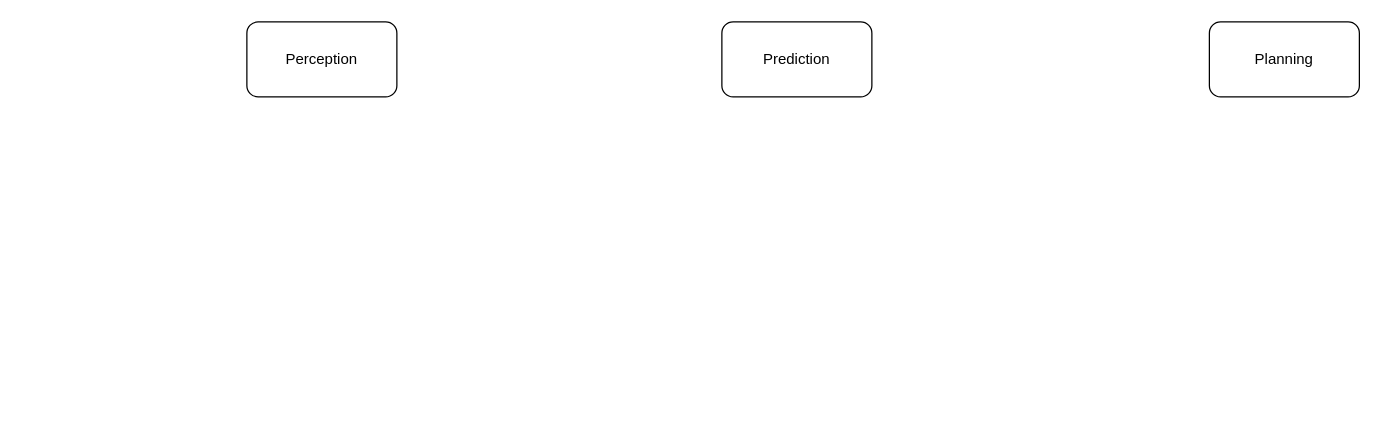
Above: uniAD.drawio in wxxsusie/files (draw.io), before the change. Source tidied: cells renumbered, new cells numbered last; positions are measured from the earlier drawing's top-left corner, leaving out a move shared by most shapes. Both pictures are drawn from the tidied source at 125%, with x=0, y=0 at pixel (246, 21).
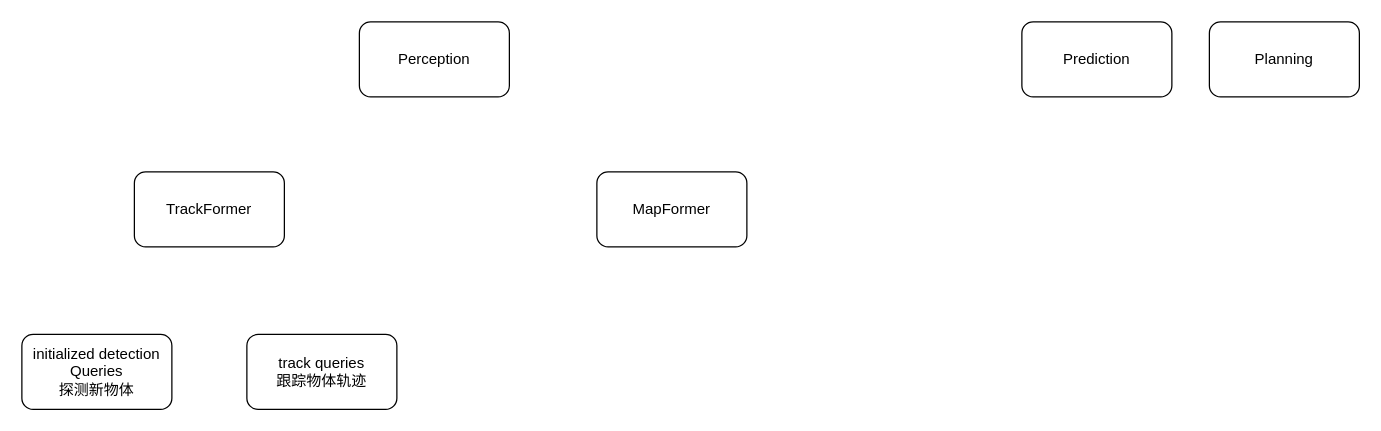
The same page after the edit.

Diff of the diagram source:
```diff
@@
 <mxGraphModel>
   <root>
     <mxCell id="0" />
     <mxCell id="1" parent="0" />
     <mxCell id="2" value="Perception" style="rounded=1;whiteSpace=wrap;html=1;" parent="1" vertex="1">
-      <mxGeometry width="120" height="60" as="geometry" />
+      <mxGeometry x="90" width="120" height="60" as="geometry" />
     </mxCell>
     <mxCell id="3" value="Prediction" style="rounded=1;whiteSpace=wrap;html=1;" parent="1" vertex="1">
-      <mxGeometry x="380" width="120" height="60" as="geometry" />
+      <mxGeometry x="620" width="120" height="60" as="geometry" />
     </mxCell>
     <mxCell id="4" value="Planning" style="rounded=1;whiteSpace=wrap;html=1;" parent="1" vertex="1">
       <mxGeometry x="770" width="120" height="60" as="geometry" />
     </mxCell>
+    <mxCell id="5" value="TrackFormer" style="rounded=1;whiteSpace=wrap;html=1;" parent="1" vertex="1">
+      <mxGeometry x="-90" y="120" width="120" height="60" as="geometry" />
+    </mxCell>
+    <mxCell id="6" value="MapFormer" style="rounded=1;whiteSpace=wrap;html=1;" parent="1" vertex="1">
+      <mxGeometry x="280" y="120" width="120" height="60" as="geometry" />
+    </mxCell>
+    <mxCell id="7" value="initialized detection&lt;div&gt;Queries&lt;/div&gt;&lt;div&gt;探测新物体&lt;/div&gt;" style="rounded=1;whiteSpace=wrap;html=1;" parent="1" vertex="1">
+      <mxGeometry x="-180" y="250" width="120" height="60" as="geometry" />
+    </mxCell>
+    <mxCell id="8" value="track queries&lt;div&gt;跟踪物体轨迹&lt;/div&gt;" style="rounded=1;whiteSpace=wrap;html=1;" parent="1" vertex="1">
+      <mxGeometry y="250" width="120" height="60" as="geometry" />
+    </mxCell>
   </root>
 </mxGraphModel>
```
